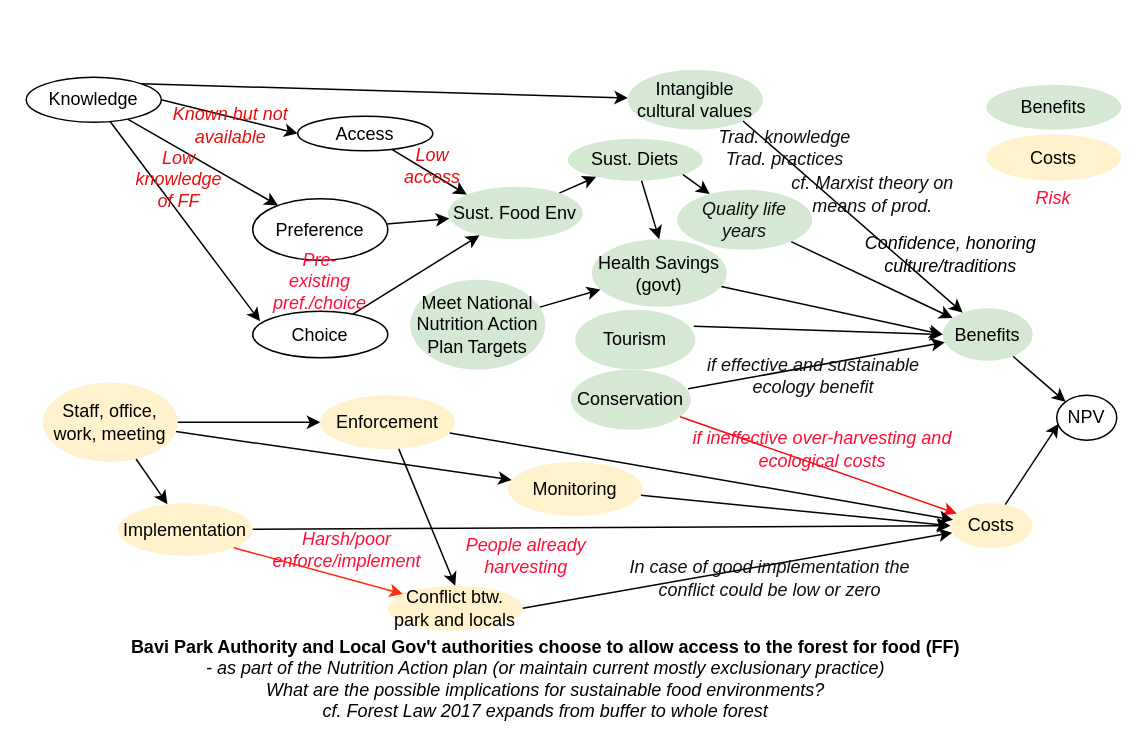
Before: Untitled Diagram.drawio in CWWhitney/bavi-forest-access, a draw.io diagram. Source tidied: cells renumbered, new cells numbered last; positions are measured from the earlier drawing's top-left corner, leaving out a move shared by most shapes. Both pictures are drawn from the tidied source at 150%, with x=0, y=0 at pixel (26, 69).
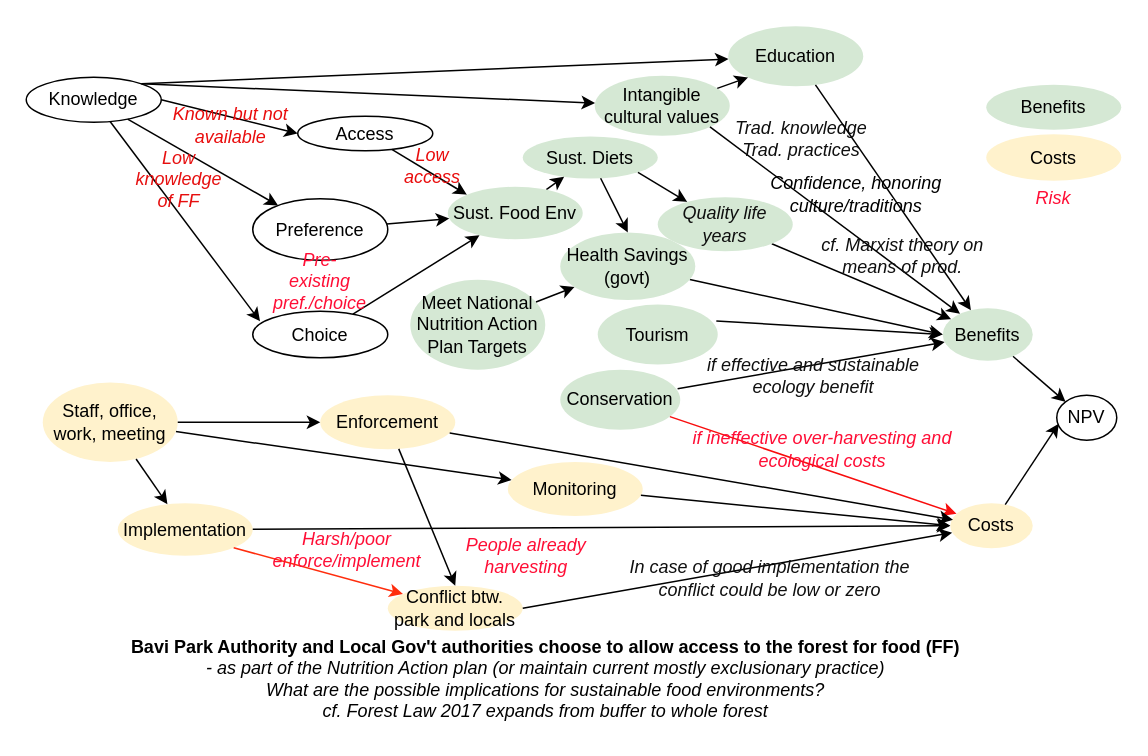
The same diagram, later.

Commit message:
Add notes and education

Unchanged cells that the change refers to:
```xml
<mxCell id="14" value="Knowledge" style="ellipse;whiteSpace=wrap;html=1;" parent="1" vertex="1">
  <mxGeometry y="5" width="90" height="30" as="geometry" />
</mxCell>
<mxCell id="19" value="Benefits" style="ellipse;whiteSpace=wrap;html=1;fillColor=#d5e8d4;strokeColor=none;" parent="1" vertex="1">
  <mxGeometry x="611" y="159" width="60" height="35" as="geometry" />
</mxCell>
```

Diff of the diagram source:
```diff
@@
     <mxCell id="2" value="Conservation" style="ellipse;whiteSpace=wrap;html=1;fillColor=#d5e8d4;strokeColor=none;" parent="1" vertex="1">
-      <mxGeometry x="363" y="200" width="80" height="40" as="geometry" />
+      <mxGeometry x="356" y="200" width="80" height="40" as="geometry" />
     </mxCell>
@@
     <mxCell id="4" value="Sust. Diets" style="ellipse;whiteSpace=wrap;html=1;fillColor=#d5e8d4;strokeColor=none;" parent="1" vertex="1">
-      <mxGeometry x="361" y="46" width="90" height="28" as="geometry" />
+      <mxGeometry x="331" y="44.5" width="90" height="28" as="geometry" />
     </mxCell>
@@
     <mxCell id="8" value="&lt;span style=&quot;color: rgb(15, 15, 15); font-style: italic;&quot;&gt;Quality life years&lt;/span&gt;" style="ellipse;whiteSpace=wrap;html=1;fillColor=#d5e8d4;strokeColor=none;" parent="1" vertex="1">
-      <mxGeometry x="434" y="80" width="90" height="40" as="geometry" />
+      <mxGeometry x="421" y="85" width="90" height="36" as="geometry" />
     </mxCell>
@@
     <mxCell id="10" value="Health Savings (govt)" style="ellipse;whiteSpace=wrap;html=1;fillColor=#d5e8d4;strokeColor=none;" parent="1" vertex="1">
-      <mxGeometry x="377" y="113" width="90" height="45" as="geometry" />
+      <mxGeometry x="356" y="108.5" width="90" height="45" as="geometry" />
     </mxCell>
@@
     <mxCell id="34" value="Intangible cultural values" style="ellipse;whiteSpace=wrap;html=1;fillColor=#d5e8d4;strokeColor=none;" parent="1" vertex="1">
-      <mxGeometry x="401" width="90" height="40" as="geometry" />
+      <mxGeometry x="379" y="4" width="90" height="40" as="geometry" />
     </mxCell>
@@
     <mxCell id="61" value="&lt;font color=&quot;#0f0f0f&quot;&gt;Trad. knowledge&lt;/font&gt;&lt;div&gt;&lt;font color=&quot;#0f0f0f&quot;&gt;Trad. practices&lt;/font&gt;&lt;/div&gt;" style="text;html=1;align=center;verticalAlign=middle;whiteSpace=wrap;rounded=0;fontColor=#FF0D35;fontStyle=2;" parent="1" vertex="1">
-      <mxGeometry x="430" y="31.5" width="152" height="40" as="geometry" />
+      <mxGeometry x="441" y="26" width="152" height="40" as="geometry" />
     </mxCell>
     <mxCell id="62" value="&lt;font color=&quot;#0f0f0f&quot;&gt;cf. Marxist theory on means of prod.&lt;/font&gt;" style="text;html=1;align=center;verticalAlign=middle;whiteSpace=wrap;rounded=0;fontColor=#FF0D35;fontStyle=2;" parent="1" vertex="1">
-      <mxGeometry x="500" y="63" width="129" height="40" as="geometry" />
+      <mxGeometry x="520" y="104" width="129" height="40" as="geometry" />
     </mxCell>
     <mxCell id="63" value="Confidence, honoring culture/traditions" style="text;html=1;align=center;verticalAlign=middle;whiteSpace=wrap;rounded=0;fontColor=#000000;fontStyle=2;" parent="1" vertex="1">
-      <mxGeometry x="552" y="103" width="129" height="40" as="geometry" />
+      <mxGeometry x="489" y="63" width="129" height="40" as="geometry" />
     </mxCell>
     <mxCell id="64" value="Tourism" style="ellipse;whiteSpace=wrap;html=1;fillColor=#d5e8d4;strokeColor=none;" parent="1" vertex="1">
-      <mxGeometry x="366" y="160" width="80" height="40" as="geometry" />
+      <mxGeometry x="381" y="156.5" width="80" height="40" as="geometry" />
     </mxCell>
@@
+    <mxCell id="66" value="Education" style="ellipse;whiteSpace=wrap;html=1;fillColor=#d5e8d4;strokeColor=none;" parent="1" vertex="1">
+      <mxGeometry x="468" y="-29" width="90" height="40" as="geometry" />
+    </mxCell>
+    <mxCell id="67" style="rounded=0;jettySize=auto;html=1;exitX=1;exitY=0;exitDx=0;exitDy=0;" parent="1" edge="1" source="14" target="66">
+      <mxGeometry relative="1" as="geometry" />
+    </mxCell>
+    <mxCell id="68" style="rounded=0;jettySize=auto;html=1;entryX=0;entryY=1;entryDx=0;entryDy=0;" parent="1" edge="1" source="34" target="66">
+      <mxGeometry relative="1" as="geometry" />
+    </mxCell>
+    <mxCell id="69" style="rounded=0;jettySize=auto;html=1;" parent="1" edge="1" source="66" target="19">
+      <mxGeometry relative="1" as="geometry" />
+    </mxCell>
```
